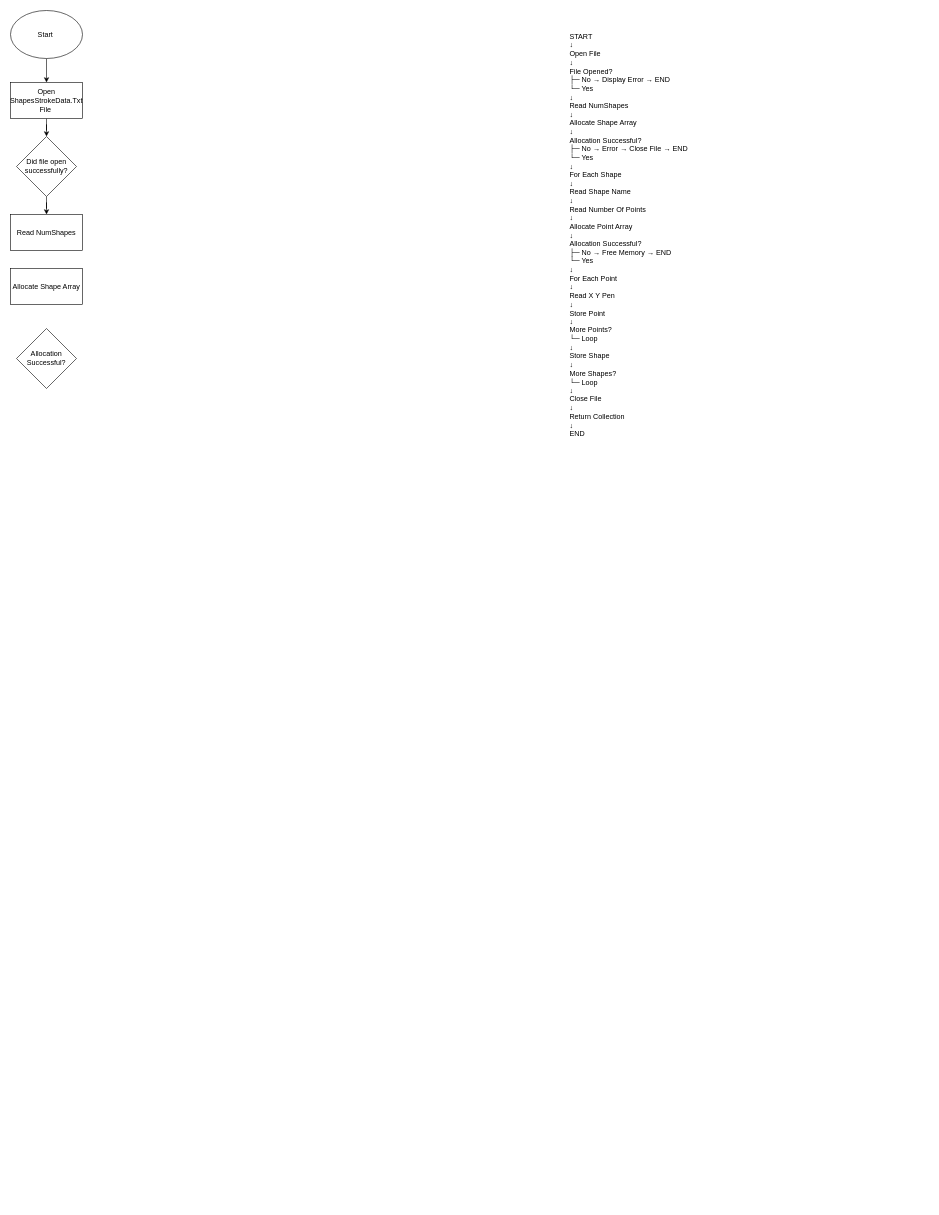
egykb8/Robot keeps this draw.io diagram as page "readingshapesfile" (2 of 5) of Untitled Diagram.drawio. Above is the earlier version. Source tidied: cells renumbered, new cells numbered last; positions are measured from the earlier drawing's top-left corner, leaving out a move shared by most shapes. Both pictures are drawn from the tidied source at 60%, with x=0, y=0 at pixel (10, 10).
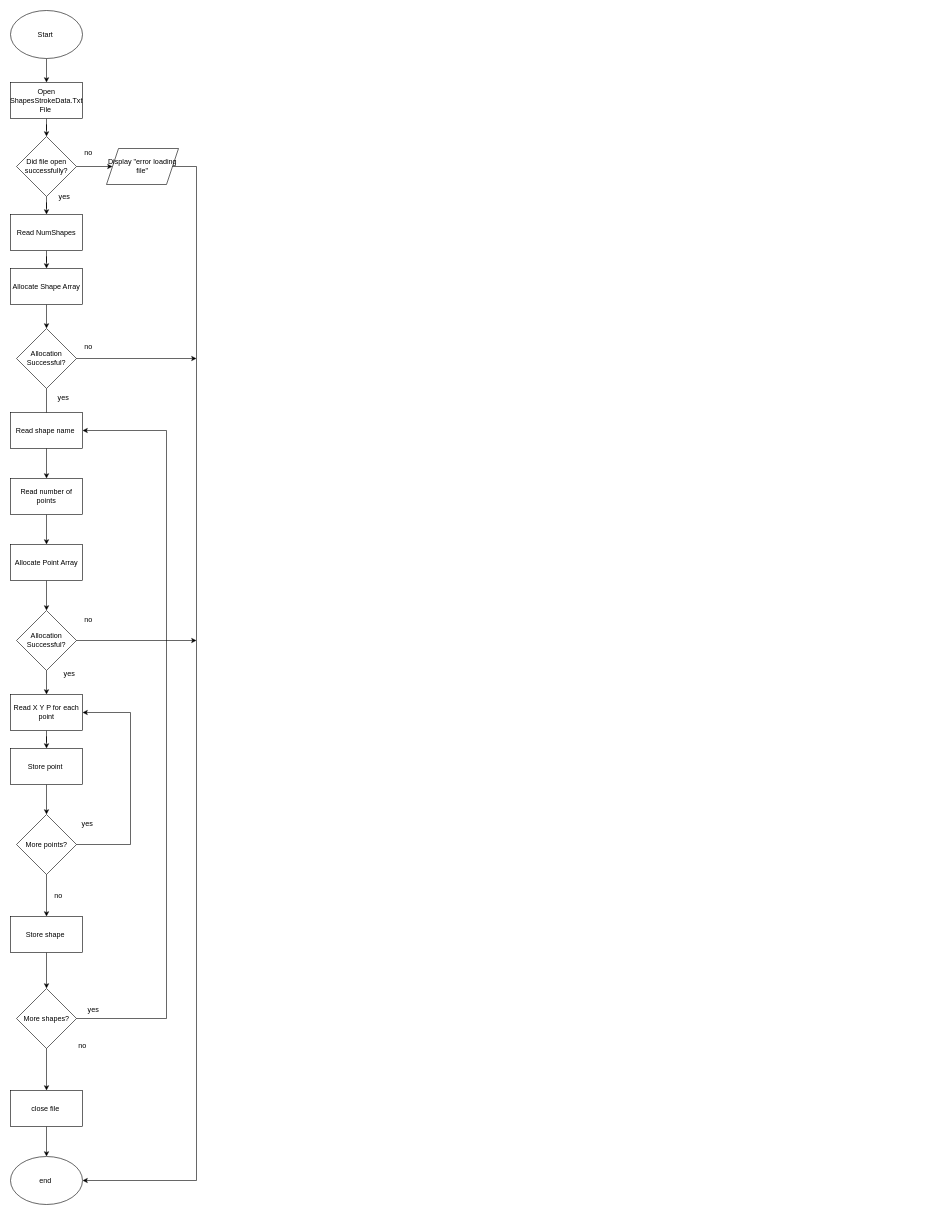
The same diagram, later.

The change refers to these unchanged cells:
```xml
<mxCell id="8" value="Did file open successfully?" style="rhombus;whiteSpace=wrap;html=1;shapeInside=1;" parent="1" vertex="1">
  <mxGeometry x="10" y="210" width="100" height="100" as="geometry" />
</mxCell>
<mxCell id="9" value="Read NumShapes" style="rounded=0;whiteSpace=wrap;html=1;" parent="1" vertex="1">
  <mxGeometry y="340" width="120" height="60" as="geometry" />
</mxCell>
<mxCell id="10" value="Allocate Shape Array" style="rounded=0;whiteSpace=wrap;html=1;" parent="1" vertex="1">
  <mxGeometry y="430" width="120" height="60" as="geometry" />
</mxCell>
<mxCell id="11" value="Allocation Successful?" style="rhombus;whiteSpace=wrap;html=1;shapeInside=1;" parent="1" vertex="1">
  <mxGeometry x="10" y="530" width="100" height="100" as="geometry" />
</mxCell>
```

Change to the diagram source:
```diff
@@
-    <mxCell id="2" value="START&#10;↓&#10;Open File&#10;↓&#10;File Opened?&#10; ├─ No → Display Error → END&#10; └─ Yes&#10;↓&#10;Read NumShapes&#10;↓&#10;Allocate Shape Array&#10;↓&#10;Allocation Successful?&#10; ├─ No → Error → Close File → END&#10; └─ Yes&#10;↓&#10;For Each Shape&#10;↓&#10;Read Shape Name&#10;↓&#10;Read Number Of Points&#10;↓&#10;Allocate Point Array&#10;↓&#10;Allocation Successful?&#10; ├─ No → Free Memory → END&#10; └─ Yes&#10;↓&#10;For Each Point&#10;↓&#10;Read X Y Pen&#10;↓&#10;Store Point&#10;↓&#10;More Points?&#10; └─ Loop&#10;↓&#10;Store Shape&#10;↓&#10;More Shapes?&#10; └─ Loop&#10;↓&#10;Close File&#10;↓&#10;Return Collection&#10;↓&#10;END" style="text;whiteSpace=wrap;html=1;" parent="1" vertex="1">
-      <mxGeometry x="930" y="30" width="600" height="560" as="geometry" />
-    </mxCell>
@@
+    <mxCell id="12" style="edgeStyle=orthogonalEdgeStyle;rounded=0;jettySize=auto;html=1;defaultLabelBackgroundColor=page;" parent="1" edge="1" source="8" target="18">
+      <mxGeometry relative="1" as="geometry" />
+    </mxCell>
@@
+    <mxCell id="13" style="edgeStyle=orthogonalEdgeStyle;rounded=0;jettySize=auto;html=1;defaultLabelBackgroundColor=page;" parent="1" edge="1" source="9" target="10">
+      <mxGeometry relative="1" as="geometry" />
+    </mxCell>
@@
+    <mxCell id="14" style="edgeStyle=orthogonalEdgeStyle;rounded=0;jettySize=auto;html=1;defaultLabelBackgroundColor=page;" parent="1" edge="1" source="10" target="11">
+      <mxGeometry relative="1" as="geometry" />
+    </mxCell>
@@
+    <mxCell id="15" style="edgeStyle=orthogonalEdgeStyle;rounded=0;jettySize=auto;html=1;defaultLabelBackgroundColor=page;" parent="1" edge="1" source="11" target="21">
+      <mxGeometry relative="1" as="geometry" />
+    </mxCell>
@@
+    <mxCell id="16" value="yes" style="text;html=1;whiteSpace=wrap;strokeColor=none;fillColor=none;align=center;verticalAlign=middle;rounded=0;" parent="1" vertex="1">
+      <mxGeometry x="60" y="295" width="60" height="30" as="geometry" />
+    </mxCell>
+    <mxCell id="17" value="no" style="text;html=1;whiteSpace=wrap;strokeColor=none;fillColor=none;align=center;verticalAlign=middle;rounded=0;" parent="1" vertex="1">
+      <mxGeometry x="100" y="223" width="60" height="30" as="geometry" />
+    </mxCell>
+    <mxCell id="18" value="Display &quot;error loading file&quot;" style="shape=parallelogram;perimeter=parallelogramPerimeter;whiteSpace=wrap;html=1;shapeInside=1;fixedSize=1;" parent="1" vertex="1">
+      <mxGeometry x="160" y="230" width="120" height="60" as="geometry" />
+    </mxCell>
+    <mxCell id="19" value="Read shape name&amp;nbsp;" style="rounded=0;whiteSpace=wrap;html=1;" parent="1" vertex="1">
+      <mxGeometry y="670" width="120" height="60" as="geometry" />
+    </mxCell>
+    <mxCell id="20" style="edgeStyle=orthogonalEdgeStyle;rounded=0;jettySize=auto;html=1;defaultLabelBackgroundColor=page;" parent="1" edge="1" source="21" target="23">
+      <mxGeometry relative="1" as="geometry" />
+    </mxCell>
+    <mxCell id="21" value="Read number of points" style="rounded=0;whiteSpace=wrap;html=1;" parent="1" vertex="1">
+      <mxGeometry y="780" width="120" height="60" as="geometry" />
+    </mxCell>
+    <mxCell id="22" style="edgeStyle=orthogonalEdgeStyle;rounded=0;jettySize=auto;html=1;defaultLabelBackgroundColor=page;" parent="1" edge="1" source="23" target="25">
+      <mxGeometry relative="1" as="geometry" />
+    </mxCell>
+    <mxCell id="23" value="Allocate Point Array" style="rounded=0;whiteSpace=wrap;html=1;" parent="1" vertex="1">
+      <mxGeometry y="890" width="120" height="60" as="geometry" />
+    </mxCell>
+    <mxCell id="24" style="edgeStyle=orthogonalEdgeStyle;rounded=0;jettySize=auto;html=1;defaultLabelBackgroundColor=page;" parent="1" edge="1" source="25" target="27">
+      <mxGeometry relative="1" as="geometry" />
+    </mxCell>
+    <mxCell id="25" value="Allocation Successful?" style="rhombus;whiteSpace=wrap;html=1;shapeInside=1;" parent="1" vertex="1">
+      <mxGeometry x="10" y="1000" width="100" height="100" as="geometry" />
+    </mxCell>
+    <mxCell id="26" style="edgeStyle=orthogonalEdgeStyle;rounded=0;jettySize=auto;html=1;defaultLabelBackgroundColor=page;" parent="1" edge="1" source="27" target="29">
+      <mxGeometry relative="1" as="geometry" />
+    </mxCell>
+    <mxCell id="27" value="Read X Y P for each point" style="rounded=0;whiteSpace=wrap;html=1;" parent="1" vertex="1">
+      <mxGeometry y="1140" width="120" height="60" as="geometry" />
+    </mxCell>
+    <mxCell id="28" style="edgeStyle=orthogonalEdgeStyle;rounded=0;jettySize=auto;html=1;defaultLabelBackgroundColor=page;" parent="1" edge="1" source="29" target="30">
+      <mxGeometry relative="1" as="geometry" />
+    </mxCell>
+    <mxCell id="29" value="Store point&amp;nbsp;" style="rounded=0;whiteSpace=wrap;html=1;" parent="1" vertex="1">
+      <mxGeometry y="1230" width="120" height="60" as="geometry" />
+    </mxCell>
+    <mxCell id="30" value="More points?" style="rhombus;whiteSpace=wrap;html=1;shapeInside=1;" parent="1" vertex="1">
+      <mxGeometry x="10" y="1340" width="100" height="100" as="geometry" />
+    </mxCell>
+    <mxCell id="31" value="yes&amp;nbsp;" style="text;html=1;whiteSpace=wrap;strokeColor=none;fillColor=none;align=center;verticalAlign=middle;rounded=0;" parent="1" vertex="1">
+      <mxGeometry x="100" y="1340" width="60" height="30" as="geometry" />
+    </mxCell>
+    <mxCell id="32" style="endArrow=classic;html=1;rounded=0;defaultLabelBackgroundColor=page;exitX=1;exitY=0.5;exitDx=0;exitDy=0;entryX=1;entryY=0.5;entryDx=0;entryDy=0;" parent="1" edge="1" source="30" target="27">
+      <mxGeometry relative="1" as="geometry">
+        <Array as="points">
+          <mxPoint x="200" y="1390" />
+          <mxPoint x="200" y="1170" />
+        </Array>
+      </mxGeometry>
+    </mxCell>
+    <mxCell id="33" value="no" style="text;html=1;whiteSpace=wrap;strokeColor=none;fillColor=none;align=center;verticalAlign=middle;rounded=0;" parent="1" vertex="1">
+      <mxGeometry x="50" y="1460" width="60" height="30" as="geometry" />
+    </mxCell>
+    <mxCell id="34" style="endArrow=classic;html=1;rounded=0;defaultLabelBackgroundColor=page;exitX=0.5;exitY=1;exitDx=0;exitDy=0;" parent="1" edge="1" source="30">
+      <mxGeometry relative="1" as="geometry">
+        <mxPoint x="60" y="1510" as="targetPoint" />
+      </mxGeometry>
+    </mxCell>
+    <mxCell id="35" style="edgeStyle=orthogonalEdgeStyle;rounded=0;jettySize=auto;html=1;defaultLabelBackgroundColor=page;" parent="1" edge="1" source="36" target="37">
+      <mxGeometry relative="1" as="geometry" />
+    </mxCell>
+    <mxCell id="36" value="Store shape&amp;nbsp;" style="rounded=0;whiteSpace=wrap;html=1;" parent="1" vertex="1">
+      <mxGeometry y="1510" width="120" height="60" as="geometry" />
+    </mxCell>
+    <mxCell id="37" value="More shapes?" style="rhombus;whiteSpace=wrap;html=1;shapeInside=1;" parent="1" vertex="1">
+      <mxGeometry x="10" y="1630" width="100" height="100" as="geometry" />
+    </mxCell>
+    <mxCell id="38" value="yes&amp;nbsp;" style="text;html=1;whiteSpace=wrap;strokeColor=none;fillColor=none;align=center;verticalAlign=middle;rounded=0;" parent="1" vertex="1">
+      <mxGeometry x="110" y="1650" width="60" height="30" as="geometry" />
+    </mxCell>
+    <mxCell id="39" style="endArrow=classic;html=1;rounded=0;defaultLabelBackgroundColor=page;exitX=1;exitY=0.5;exitDx=0;exitDy=0;entryX=1;entryY=0.5;entryDx=0;entryDy=0;" parent="1" edge="1" source="37" target="19">
+      <mxGeometry x="-0.64" relative="1" as="geometry">
+        <Array as="points">
+          <mxPoint x="260" y="1680" />
+          <mxPoint x="260" y="700" />
+        </Array>
+      </mxGeometry>
+    </mxCell>
+    <mxCell id="40" value="no" style="text;html=1;whiteSpace=wrap;strokeColor=none;fillColor=none;align=center;verticalAlign=middle;rounded=0;" parent="1" vertex="1">
+      <mxGeometry x="90" y="1710" width="60" height="30" as="geometry" />
+    </mxCell>
+    <mxCell id="41" style="endArrow=classic;html=1;rounded=0;defaultLabelBackgroundColor=page;exitX=0.5;exitY=1;exitDx=0;exitDy=0;" parent="1" edge="1" source="37">
+      <mxGeometry relative="1" as="geometry">
+        <mxPoint x="60" y="1800" as="targetPoint" />
+      </mxGeometry>
+    </mxCell>
+    <mxCell id="42" style="edgeStyle=orthogonalEdgeStyle;rounded=0;jettySize=auto;html=1;defaultLabelBackgroundColor=page;" parent="1" edge="1" source="43" target="44">
+      <mxGeometry relative="1" as="geometry" />
+    </mxCell>
+    <mxCell id="43" value="close file&amp;nbsp;" style="rounded=0;whiteSpace=wrap;html=1;" parent="1" vertex="1">
+      <mxGeometry y="1800" width="120" height="60" as="geometry" />
+    </mxCell>
+    <mxCell id="44" value="end&amp;nbsp;" style="ellipse;whiteSpace=wrap;html=1;shapeInside=1;" parent="1" vertex="1">
+      <mxGeometry y="1910" width="120" height="80" as="geometry" />
+    </mxCell>
+    <mxCell id="45" style="endArrow=classic;html=1;rounded=0;defaultLabelBackgroundColor=page;exitX=1;exitY=0.5;exitDx=0;exitDy=0;entryX=1;entryY=0.5;entryDx=0;entryDy=0;" parent="1" edge="1" source="18" target="44">
+      <mxGeometry x="-0.01" relative="1" as="geometry">
+        <Array as="points">
+          <mxPoint x="310" y="260" />
+          <mxPoint x="310" y="1950" />
+        </Array>
+      </mxGeometry>
+    </mxCell>
+    <mxCell id="46" value="yes&amp;nbsp;" style="text;html=1;whiteSpace=wrap;strokeColor=none;fillColor=none;align=center;verticalAlign=middle;rounded=0;" parent="1" vertex="1">
+      <mxGeometry x="60" y="630" width="60" height="30" as="geometry" />
+    </mxCell>
+    <mxCell id="47" value="no" style="text;html=1;whiteSpace=wrap;strokeColor=none;fillColor=none;align=center;verticalAlign=middle;rounded=0;" parent="1" vertex="1">
+      <mxGeometry x="100" y="545" width="60" height="30" as="geometry" />
+    </mxCell>
+    <mxCell id="48" style="endArrow=classic;html=1;rounded=0;defaultLabelBackgroundColor=page;exitX=1;exitY=0.5;exitDx=0;exitDy=0;" parent="1" edge="1" source="11">
+      <mxGeometry relative="1" as="geometry">
+        <mxPoint x="310" y="580" as="targetPoint" />
+      </mxGeometry>
+    </mxCell>
+    <mxCell id="49" value="yes&amp;nbsp;" style="text;html=1;whiteSpace=wrap;strokeColor=none;fillColor=none;align=center;verticalAlign=middle;rounded=0;" parent="1" vertex="1">
+      <mxGeometry x="70" y="1090" width="60" height="30" as="geometry" />
+    </mxCell>
+    <mxCell id="50" value="no" style="text;html=1;whiteSpace=wrap;strokeColor=none;fillColor=none;align=center;verticalAlign=middle;rounded=0;" parent="1" vertex="1">
+      <mxGeometry x="100" y="1000" width="60" height="30" as="geometry" />
+    </mxCell>
+    <mxCell id="51" style="endArrow=classic;html=1;rounded=0;defaultLabelBackgroundColor=page;exitX=1;exitY=0.5;exitDx=0;exitDy=0;" parent="1" edge="1" source="25">
+      <mxGeometry relative="1" as="geometry">
+        <mxPoint x="310" y="1050" as="targetPoint" />
+      </mxGeometry>
+    </mxCell>
```
